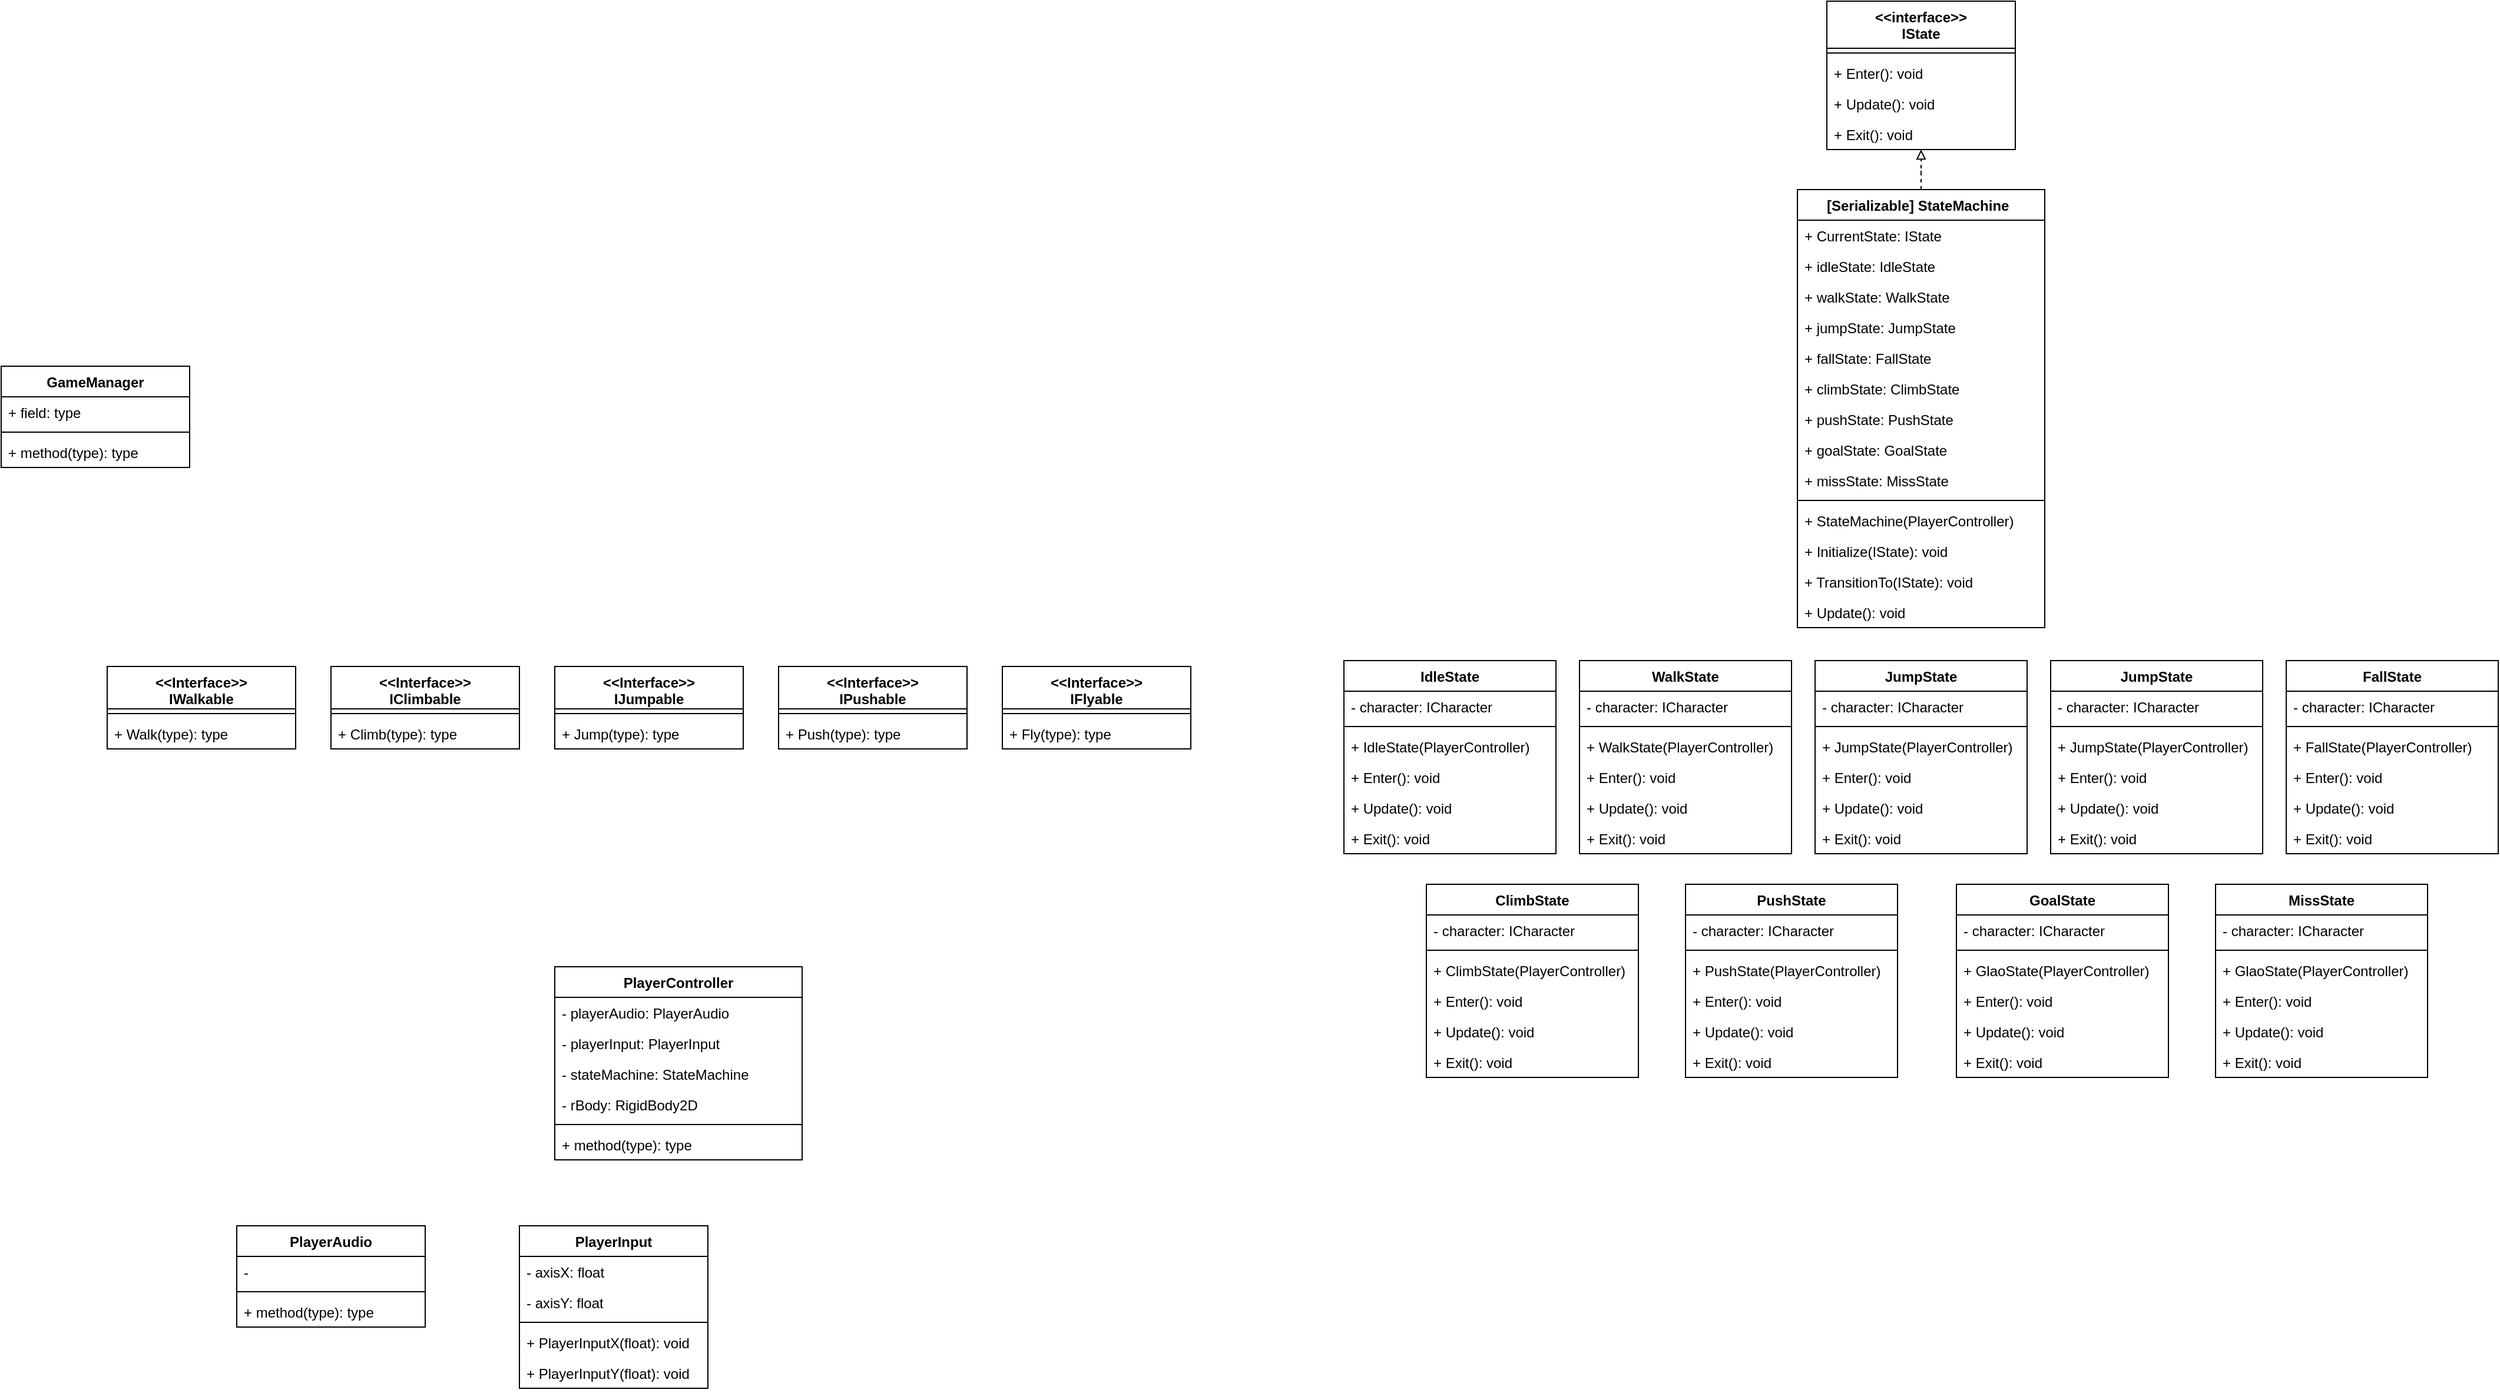
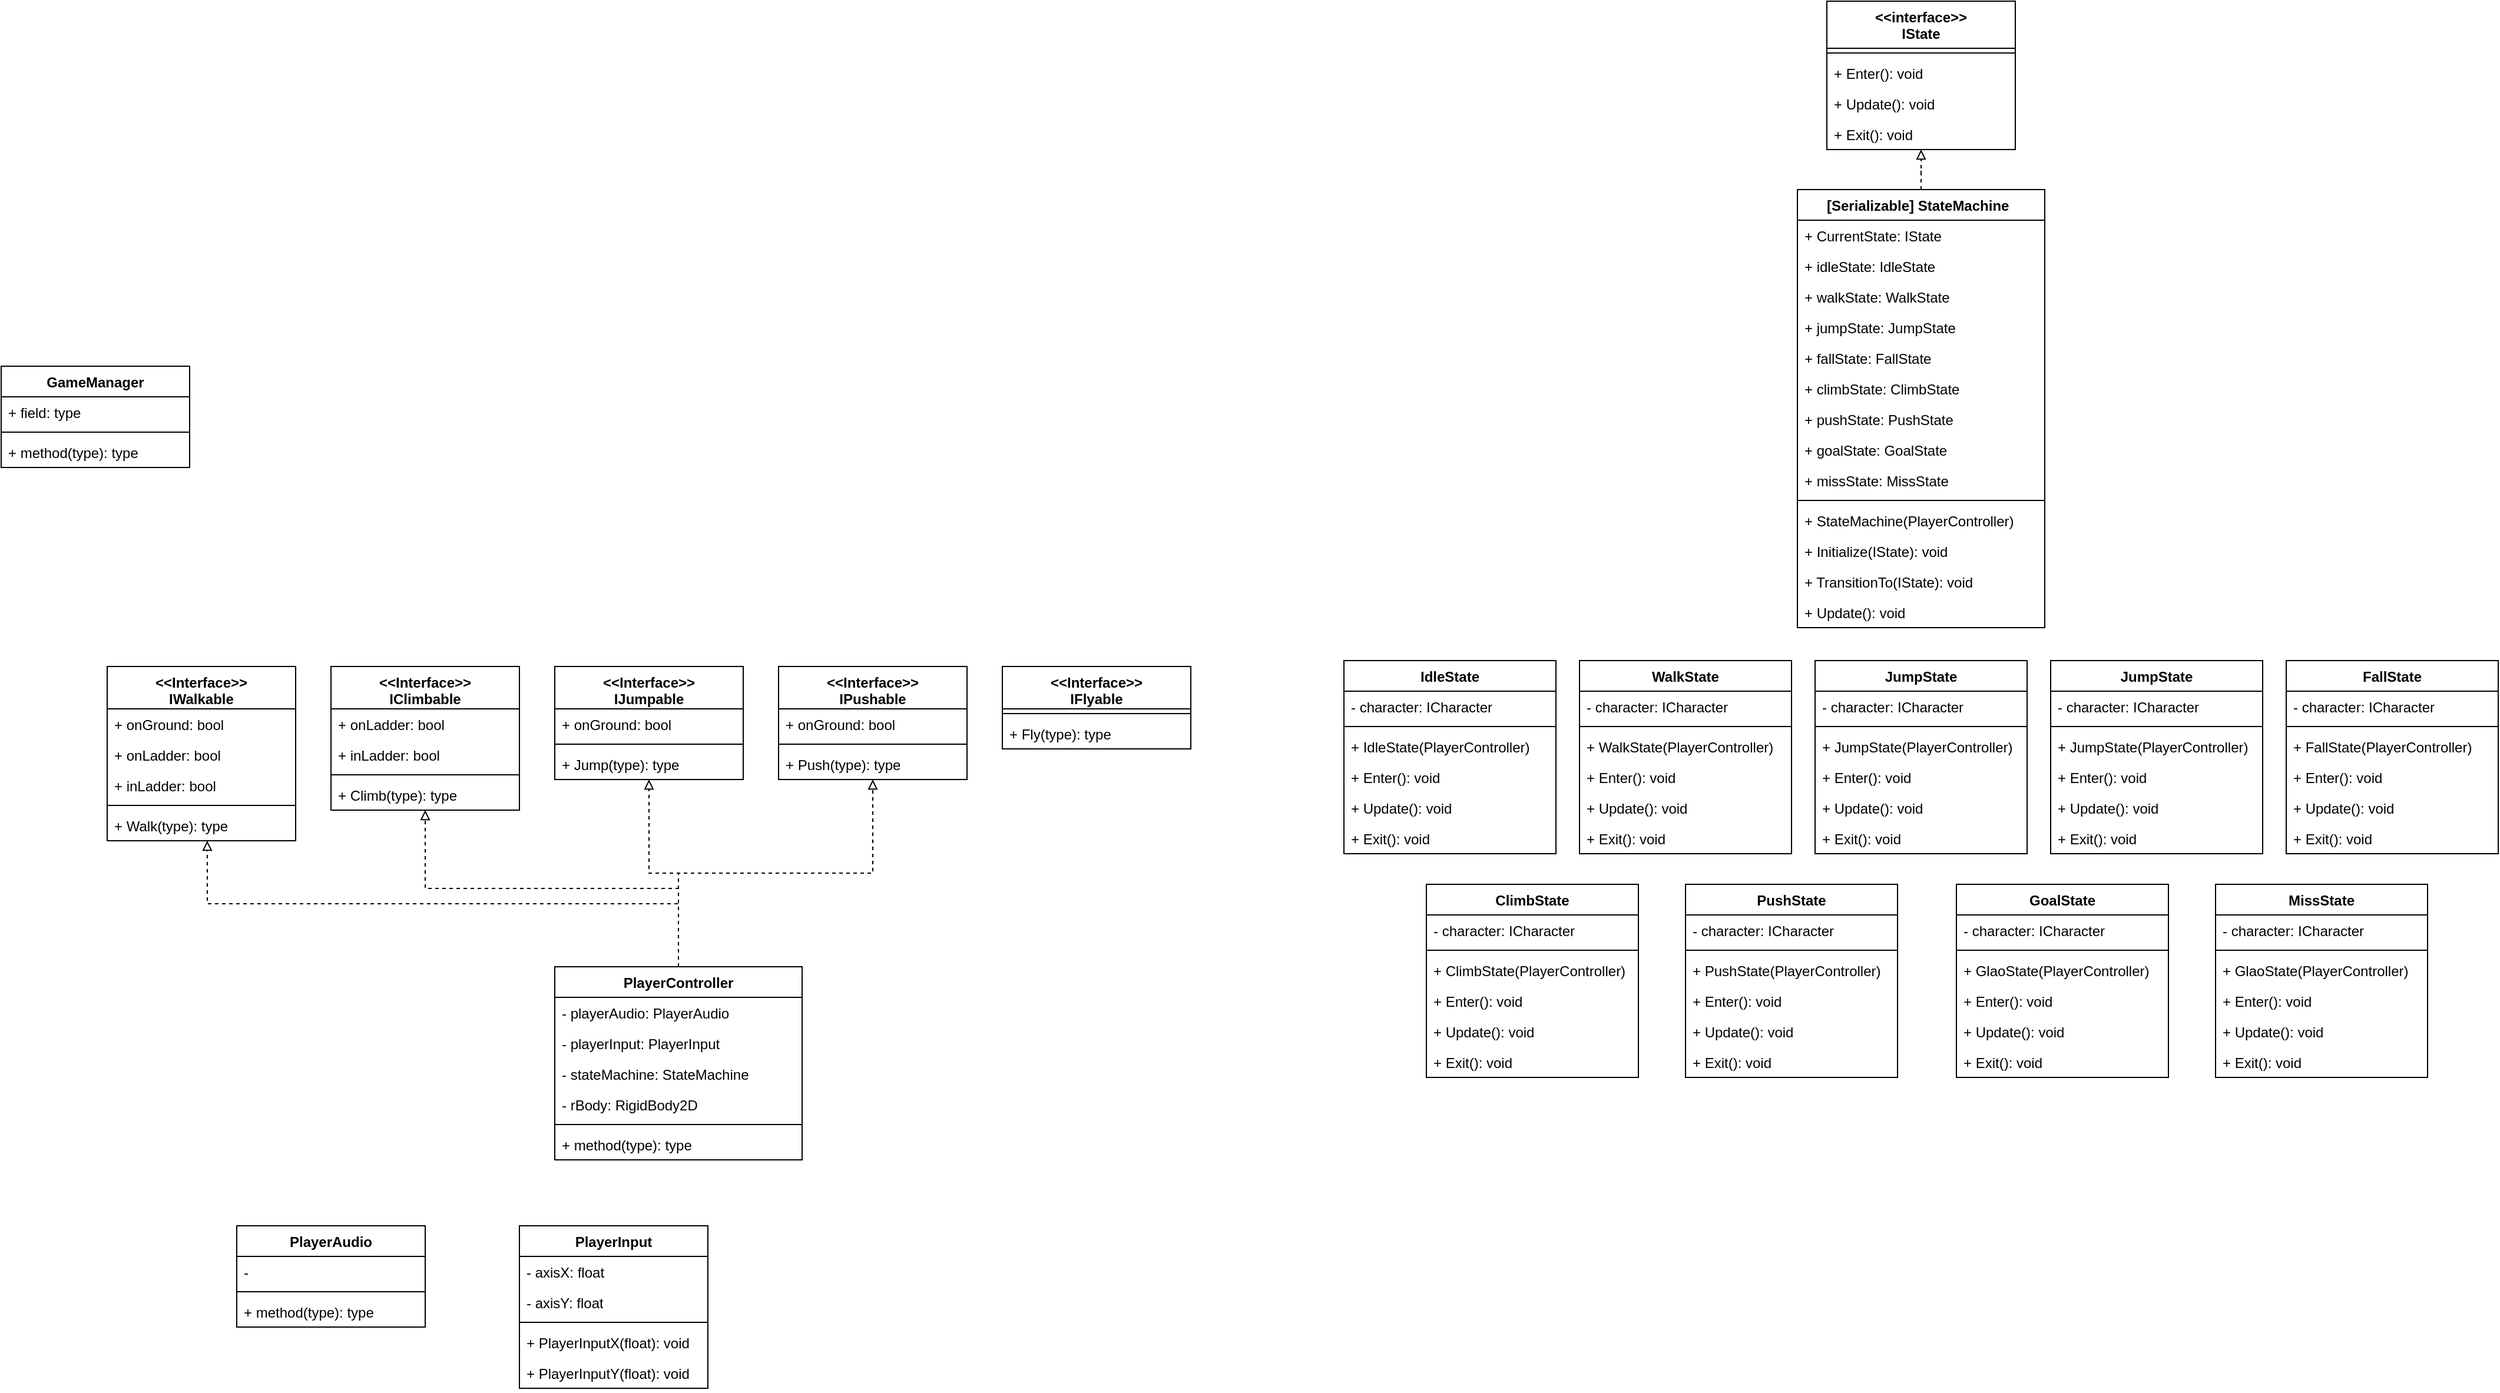
<mxfile host="app.diagrams.net" agent="Mozilla/5.0 (Windows NT 10.0; Win64; x64) AppleWebKit/537.36 (KHTML, like Gecko) Chrome/146.0.0.0 Safari/537.36">
  <diagram name="ページ-1" id="8KCFoVMX2dtQ3ng9Srak">
-     <mxGraphModel dx="3457" dy="848" grid="1" gridSize="10" guides="1" tooltips="1" connect="1" arrows="1" fold="1" page="0" pageScale="1" pageWidth="850" pageHeight="1100" background="none" math="0" shadow="0">
+     <mxGraphModel dx="4134" dy="1103" grid="1" gridSize="10" guides="1" tooltips="1" connect="1" arrows="1" fold="1" page="0" pageScale="1" pageWidth="850" pageHeight="1100" background="none" math="0" shadow="0">
      <root>
        <mxCell id="0" />
        <mxCell id="1" parent="0" />
        <mxCell id="L5NkyoWU7cnRC-8idZzs-9" parent="1" style="swimlane;fontStyle=1;align=center;verticalAlign=top;childLayout=stackLayout;horizontal=1;startSize=26;horizontalStack=0;resizeParent=1;resizeParentMax=0;resizeLast=0;collapsible=1;marginBottom=0;whiteSpace=wrap;html=1;" value="GameManager" vertex="1">
          <mxGeometry height="86" width="160" x="-820" y="380" as="geometry" />
        </mxCell>
        <mxCell id="L5NkyoWU7cnRC-8idZzs-10" parent="L5NkyoWU7cnRC-8idZzs-9" style="text;strokeColor=none;fillColor=none;align=left;verticalAlign=top;spacingLeft=4;spacingRight=4;overflow=hidden;rotatable=0;points=[[0,0.5],[1,0.5]];portConstraint=eastwest;whiteSpace=wrap;html=1;" value="+ field: type" vertex="1">
          <mxGeometry height="26" width="160" y="26" as="geometry" />
        </mxCell>
        <mxCell id="L5NkyoWU7cnRC-8idZzs-11" parent="L5NkyoWU7cnRC-8idZzs-9" style="line;strokeWidth=1;fillColor=none;align=left;verticalAlign=middle;spacingTop=-1;spacingLeft=3;spacingRight=3;rotatable=0;labelPosition=right;points=[];portConstraint=eastwest;strokeColor=inherit;" value="" vertex="1">
          <mxGeometry height="8" width="160" y="52" as="geometry" />
        </mxCell>
        <mxCell id="L5NkyoWU7cnRC-8idZzs-12" parent="L5NkyoWU7cnRC-8idZzs-9" style="text;strokeColor=none;fillColor=none;align=left;verticalAlign=top;spacingLeft=4;spacingRight=4;overflow=hidden;rotatable=0;points=[[0,0.5],[1,0.5]];portConstraint=eastwest;whiteSpace=wrap;html=1;" value="+ method(type): type" vertex="1">
          <mxGeometry height="26" width="160" y="60" as="geometry" />
        </mxCell>
        <mxCell id="L5NkyoWU7cnRC-8idZzs-13" parent="1" style="swimlane;fontStyle=1;align=center;verticalAlign=top;childLayout=stackLayout;horizontal=1;startSize=26;horizontalStack=0;resizeParent=1;resizeParentMax=0;resizeLast=0;collapsible=1;marginBottom=0;whiteSpace=wrap;html=1;" value="PlayerController" vertex="1">
          <mxGeometry height="164" width="210" x="-350" y="890" as="geometry" />
        </mxCell>
        <mxCell id="xKRVpc-qtdXalkFRgjZN-2" parent="L5NkyoWU7cnRC-8idZzs-13" style="text;strokeColor=none;fillColor=none;align=left;verticalAlign=top;spacingLeft=4;spacingRight=4;overflow=hidden;rotatable=0;points=[[0,0.5],[1,0.5]];portConstraint=eastwest;whiteSpace=wrap;html=1;" value="- playerAudio: PlayerAudio" vertex="1">
          <mxGeometry height="26" width="210" y="26" as="geometry" />
        </mxCell>
        <mxCell id="kJf02BDbkIntqV-PaVr9-1" parent="L5NkyoWU7cnRC-8idZzs-13" style="text;strokeColor=none;fillColor=none;align=left;verticalAlign=top;spacingLeft=4;spacingRight=4;overflow=hidden;rotatable=0;points=[[0,0.5],[1,0.5]];portConstraint=eastwest;whiteSpace=wrap;html=1;" value="- playerInput: PlayerInput" vertex="1">
          <mxGeometry height="26" width="210" y="52" as="geometry" />
        </mxCell>
        <mxCell id="xKRVpc-qtdXalkFRgjZN-3" parent="L5NkyoWU7cnRC-8idZzs-13" style="text;strokeColor=none;fillColor=none;align=left;verticalAlign=top;spacingLeft=4;spacingRight=4;overflow=hidden;rotatable=0;points=[[0,0.5],[1,0.5]];portConstraint=eastwest;whiteSpace=wrap;html=1;" value="- stateMachine: StateMachine" vertex="1">
          <mxGeometry height="26" width="210" y="78" as="geometry" />
        </mxCell>
        <mxCell id="kJf02BDbkIntqV-PaVr9-2" parent="L5NkyoWU7cnRC-8idZzs-13" style="text;strokeColor=none;fillColor=none;align=left;verticalAlign=top;spacingLeft=4;spacingRight=4;overflow=hidden;rotatable=0;points=[[0,0.5],[1,0.5]];portConstraint=eastwest;whiteSpace=wrap;html=1;" value="- rBody: RigidBody2D" vertex="1">
          <mxGeometry height="26" width="210" y="104" as="geometry" />
        </mxCell>
        <mxCell id="L5NkyoWU7cnRC-8idZzs-15" parent="L5NkyoWU7cnRC-8idZzs-13" style="line;strokeWidth=1;fillColor=none;align=left;verticalAlign=middle;spacingTop=-1;spacingLeft=3;spacingRight=3;rotatable=0;labelPosition=right;points=[];portConstraint=eastwest;strokeColor=inherit;" value="" vertex="1">
          <mxGeometry height="8" width="210" y="130" as="geometry" />
        </mxCell>
        <mxCell id="L5NkyoWU7cnRC-8idZzs-16" parent="L5NkyoWU7cnRC-8idZzs-13" style="text;strokeColor=none;fillColor=none;align=left;verticalAlign=top;spacingLeft=4;spacingRight=4;overflow=hidden;rotatable=0;points=[[0,0.5],[1,0.5]];portConstraint=eastwest;whiteSpace=wrap;html=1;" value="+ method(type): type" vertex="1">
          <mxGeometry height="26" width="210" y="138" as="geometry" />
        </mxCell>
        <mxCell id="L5NkyoWU7cnRC-8idZzs-17" parent="1" style="swimlane;fontStyle=1;align=center;verticalAlign=top;childLayout=stackLayout;horizontal=1;startSize=26;horizontalStack=0;resizeParent=1;resizeParentMax=0;resizeLast=0;collapsible=1;marginBottom=0;whiteSpace=wrap;html=1;" value="PlayerAudio" vertex="1">
          <mxGeometry height="86" width="160" x="-620" y="1110" as="geometry" />
        </mxCell>
        <mxCell id="L5NkyoWU7cnRC-8idZzs-18" parent="L5NkyoWU7cnRC-8idZzs-17" style="text;strokeColor=none;fillColor=none;align=left;verticalAlign=top;spacingLeft=4;spacingRight=4;overflow=hidden;rotatable=0;points=[[0,0.5],[1,0.5]];portConstraint=eastwest;whiteSpace=wrap;html=1;" value="-" vertex="1">
          <mxGeometry height="26" width="160" y="26" as="geometry" />
        </mxCell>
        <mxCell id="L5NkyoWU7cnRC-8idZzs-19" parent="L5NkyoWU7cnRC-8idZzs-17" style="line;strokeWidth=1;fillColor=none;align=left;verticalAlign=middle;spacingTop=-1;spacingLeft=3;spacingRight=3;rotatable=0;labelPosition=right;points=[];portConstraint=eastwest;strokeColor=inherit;" value="" vertex="1">
          <mxGeometry height="8" width="160" y="52" as="geometry" />
        </mxCell>
        <mxCell id="L5NkyoWU7cnRC-8idZzs-20" parent="L5NkyoWU7cnRC-8idZzs-17" style="text;strokeColor=none;fillColor=none;align=left;verticalAlign=top;spacingLeft=4;spacingRight=4;overflow=hidden;rotatable=0;points=[[0,0.5],[1,0.5]];portConstraint=eastwest;whiteSpace=wrap;html=1;" value="+ method(type): type" vertex="1">
          <mxGeometry height="26" width="160" y="60" as="geometry" />
        </mxCell>
        <mxCell id="L5NkyoWU7cnRC-8idZzs-21" parent="1" style="swimlane;fontStyle=1;align=center;verticalAlign=top;childLayout=stackLayout;horizontal=1;startSize=26;horizontalStack=0;resizeParent=1;resizeParentMax=0;resizeLast=0;collapsible=1;marginBottom=0;whiteSpace=wrap;html=1;" value="PlayerInput" vertex="1">
          <mxGeometry height="138" width="160" x="-380" y="1110" as="geometry" />
        </mxCell>
        <mxCell id="L5NkyoWU7cnRC-8idZzs-22" parent="L5NkyoWU7cnRC-8idZzs-21" style="text;strokeColor=none;fillColor=none;align=left;verticalAlign=top;spacingLeft=4;spacingRight=4;overflow=hidden;rotatable=0;points=[[0,0.5],[1,0.5]];portConstraint=eastwest;whiteSpace=wrap;html=1;" value="- axisX: float" vertex="1">
          <mxGeometry height="26" width="160" y="26" as="geometry" />
        </mxCell>
        <mxCell id="pt3lwnELBwHd_nTeb_py-6" parent="L5NkyoWU7cnRC-8idZzs-21" style="text;strokeColor=none;fillColor=none;align=left;verticalAlign=top;spacingLeft=4;spacingRight=4;overflow=hidden;rotatable=0;points=[[0,0.5],[1,0.5]];portConstraint=eastwest;whiteSpace=wrap;html=1;" value="- axisY: float" vertex="1">
          <mxGeometry height="26" width="160" y="52" as="geometry" />
        </mxCell>
        <mxCell id="L5NkyoWU7cnRC-8idZzs-23" parent="L5NkyoWU7cnRC-8idZzs-21" style="line;strokeWidth=1;fillColor=none;align=left;verticalAlign=middle;spacingTop=-1;spacingLeft=3;spacingRight=3;rotatable=0;labelPosition=right;points=[];portConstraint=eastwest;strokeColor=inherit;" value="" vertex="1">
          <mxGeometry height="8" width="160" y="78" as="geometry" />
        </mxCell>
        <mxCell id="L5NkyoWU7cnRC-8idZzs-24" parent="L5NkyoWU7cnRC-8idZzs-21" style="text;strokeColor=none;fillColor=none;align=left;verticalAlign=top;spacingLeft=4;spacingRight=4;overflow=hidden;rotatable=0;points=[[0,0.5],[1,0.5]];portConstraint=eastwest;whiteSpace=wrap;html=1;" value="+ PlayerInputX(float): void" vertex="1">
          <mxGeometry height="26" width="160" y="86" as="geometry" />
        </mxCell>
        <mxCell id="pt3lwnELBwHd_nTeb_py-7" parent="L5NkyoWU7cnRC-8idZzs-21" style="text;strokeColor=none;fillColor=none;align=left;verticalAlign=top;spacingLeft=4;spacingRight=4;overflow=hidden;rotatable=0;points=[[0,0.5],[1,0.5]];portConstraint=eastwest;whiteSpace=wrap;html=1;" value="+ PlayerInputY(float): void" vertex="1">
          <mxGeometry height="26" width="160" y="112" as="geometry" />
        </mxCell>
        <mxCell id="L5NkyoWU7cnRC-8idZzs-25" parent="1" style="swimlane;fontStyle=1;align=center;verticalAlign=top;childLayout=stackLayout;horizontal=1;startSize=26;horizontalStack=0;resizeParent=1;resizeParentMax=0;resizeLast=0;collapsible=1;marginBottom=0;whiteSpace=wrap;html=1;" value="IdleState" vertex="1">
          <mxGeometry height="164" width="180" x="320" y="630" as="geometry">
            <mxRectangle height="30" width="90" x="412.5" y="163" as="alternateBounds" />
          </mxGeometry>
        </mxCell>
        <mxCell id="kJf02BDbkIntqV-PaVr9-10" parent="L5NkyoWU7cnRC-8idZzs-25" style="text;strokeColor=none;fillColor=none;align=left;verticalAlign=top;spacingLeft=4;spacingRight=4;overflow=hidden;rotatable=0;points=[[0,0.5],[1,0.5]];portConstraint=eastwest;whiteSpace=wrap;html=1;" value="- character: ICharacter" vertex="1">
          <mxGeometry height="26" width="180" y="26" as="geometry" />
        </mxCell>
        <mxCell id="L5NkyoWU7cnRC-8idZzs-27" parent="L5NkyoWU7cnRC-8idZzs-25" style="line;strokeWidth=1;fillColor=none;align=left;verticalAlign=middle;spacingTop=-1;spacingLeft=3;spacingRight=3;rotatable=0;labelPosition=right;points=[];portConstraint=eastwest;strokeColor=inherit;" value="" vertex="1">
          <mxGeometry height="8" width="180" y="52" as="geometry" />
        </mxCell>
        <mxCell id="L5NkyoWU7cnRC-8idZzs-28" parent="L5NkyoWU7cnRC-8idZzs-25" style="text;strokeColor=none;fillColor=none;align=left;verticalAlign=top;spacingLeft=4;spacingRight=4;overflow=hidden;rotatable=0;points=[[0,0.5],[1,0.5]];portConstraint=eastwest;whiteSpace=wrap;html=1;" value="+ IdleState(PlayerController)" vertex="1">
          <mxGeometry height="26" width="180" y="60" as="geometry" />
        </mxCell>
        <mxCell id="98nA65LA6JHXpVdgSX9z-4" parent="L5NkyoWU7cnRC-8idZzs-25" style="text;strokeColor=none;fillColor=none;align=left;verticalAlign=top;spacingLeft=4;spacingRight=4;overflow=hidden;rotatable=0;points=[[0,0.5],[1,0.5]];portConstraint=eastwest;whiteSpace=wrap;html=1;" value="+ Enter(): void" vertex="1">
          <mxGeometry height="26" width="180" y="86" as="geometry" />
        </mxCell>
        <mxCell id="98nA65LA6JHXpVdgSX9z-5" parent="L5NkyoWU7cnRC-8idZzs-25" style="text;strokeColor=none;fillColor=none;align=left;verticalAlign=top;spacingLeft=4;spacingRight=4;overflow=hidden;rotatable=0;points=[[0,0.5],[1,0.5]];portConstraint=eastwest;whiteSpace=wrap;html=1;" value="+ Update(): void" vertex="1">
          <mxGeometry height="26" width="180" y="112" as="geometry" />
        </mxCell>
        <mxCell id="98nA65LA6JHXpVdgSX9z-6" parent="L5NkyoWU7cnRC-8idZzs-25" style="text;strokeColor=none;fillColor=none;align=left;verticalAlign=top;spacingLeft=4;spacingRight=4;overflow=hidden;rotatable=0;points=[[0,0.5],[1,0.5]];portConstraint=eastwest;whiteSpace=wrap;html=1;" value="+ Exit(): void" vertex="1">
          <mxGeometry height="26" width="180" y="138" as="geometry" />
        </mxCell>
        <mxCell id="cJyFu2CfWWR6ttzxGQYN-1" parent="1" style="swimlane;fontStyle=1;align=center;verticalAlign=top;childLayout=stackLayout;horizontal=1;startSize=40;horizontalStack=0;resizeParent=1;resizeParentMax=0;resizeLast=0;collapsible=1;marginBottom=0;whiteSpace=wrap;html=1;" value="&lt;div&gt;&amp;lt;&amp;lt;interface&amp;gt;&amp;gt;&lt;/div&gt;IState" vertex="1">
          <mxGeometry height="126" width="160" x="730" y="70" as="geometry" />
        </mxCell>
        <mxCell id="cJyFu2CfWWR6ttzxGQYN-3" parent="cJyFu2CfWWR6ttzxGQYN-1" style="line;strokeWidth=1;fillColor=none;align=left;verticalAlign=middle;spacingTop=-1;spacingLeft=3;spacingRight=3;rotatable=0;labelPosition=right;points=[];portConstraint=eastwest;strokeColor=inherit;" value="" vertex="1">
          <mxGeometry height="8" width="160" y="40" as="geometry" />
        </mxCell>
        <mxCell id="cJyFu2CfWWR6ttzxGQYN-4" parent="cJyFu2CfWWR6ttzxGQYN-1" style="text;strokeColor=none;fillColor=none;align=left;verticalAlign=top;spacingLeft=4;spacingRight=4;overflow=hidden;rotatable=0;points=[[0,0.5],[1,0.5]];portConstraint=eastwest;whiteSpace=wrap;html=1;" value="+ Enter(): void" vertex="1">
          <mxGeometry height="26" width="160" y="48" as="geometry" />
        </mxCell>
        <mxCell id="cJyFu2CfWWR6ttzxGQYN-6" parent="cJyFu2CfWWR6ttzxGQYN-1" style="text;strokeColor=none;fillColor=none;align=left;verticalAlign=top;spacingLeft=4;spacingRight=4;overflow=hidden;rotatable=0;points=[[0,0.5],[1,0.5]];portConstraint=eastwest;whiteSpace=wrap;html=1;" value="+ Update(): void" vertex="1">
          <mxGeometry height="26" width="160" y="74" as="geometry" />
        </mxCell>
        <mxCell id="cJyFu2CfWWR6ttzxGQYN-7" parent="cJyFu2CfWWR6ttzxGQYN-1" style="text;strokeColor=none;fillColor=none;align=left;verticalAlign=top;spacingLeft=4;spacingRight=4;overflow=hidden;rotatable=0;points=[[0,0.5],[1,0.5]];portConstraint=eastwest;whiteSpace=wrap;html=1;" value="+ Exit(): void" vertex="1">
          <mxGeometry height="26" width="160" y="100" as="geometry" />
        </mxCell>
        <mxCell id="-p3VDnziHRDrweU1n-GJ-31" edge="1" parent="1" source="cJyFu2CfWWR6ttzxGQYN-8" style="edgeStyle=orthogonalEdgeStyle;rounded=0;orthogonalLoop=1;jettySize=auto;html=1;exitX=0.5;exitY=0;exitDx=0;exitDy=0;endArrow=block;endFill=0;dashed=1;" target="cJyFu2CfWWR6ttzxGQYN-1">
          <mxGeometry relative="1" as="geometry" />
        </mxCell>
        <mxCell id="cJyFu2CfWWR6ttzxGQYN-8" parent="1" style="swimlane;fontStyle=1;align=center;verticalAlign=top;childLayout=stackLayout;horizontal=1;startSize=26;horizontalStack=0;resizeParent=1;resizeParentMax=0;resizeLast=0;collapsible=1;marginBottom=0;whiteSpace=wrap;html=1;" value="[Serializable] StateMachine&lt;span style=&quot;white-space: pre;&quot;&gt;&#x9;&lt;/span&gt;" vertex="1">
          <mxGeometry height="372" width="210" x="705" y="230" as="geometry" />
        </mxCell>
        <mxCell id="cJyFu2CfWWR6ttzxGQYN-9" parent="cJyFu2CfWWR6ttzxGQYN-8" style="text;strokeColor=none;fillColor=none;align=left;verticalAlign=top;spacingLeft=4;spacingRight=4;overflow=hidden;rotatable=0;points=[[0,0.5],[1,0.5]];portConstraint=eastwest;whiteSpace=wrap;html=1;" value="+&amp;nbsp;CurrentState: IState" vertex="1">
          <mxGeometry height="26" width="210" y="26" as="geometry" />
        </mxCell>
        <mxCell id="98nA65LA6JHXpVdgSX9z-2" parent="cJyFu2CfWWR6ttzxGQYN-8" style="text;strokeColor=none;fillColor=none;align=left;verticalAlign=top;spacingLeft=4;spacingRight=4;overflow=hidden;rotatable=0;points=[[0,0.5],[1,0.5]];portConstraint=eastwest;whiteSpace=wrap;html=1;" value="+ idleState: IdleState" vertex="1">
          <mxGeometry height="26" width="210" y="52" as="geometry" />
        </mxCell>
        <mxCell id="cJyFu2CfWWR6ttzxGQYN-10" parent="cJyFu2CfWWR6ttzxGQYN-8" style="text;strokeColor=none;fillColor=none;align=left;verticalAlign=top;spacingLeft=4;spacingRight=4;overflow=hidden;rotatable=0;points=[[0,0.5],[1,0.5]];portConstraint=eastwest;whiteSpace=wrap;html=1;" value="+ walkState: WalkState" vertex="1">
          <mxGeometry height="26" width="210" y="78" as="geometry" />
        </mxCell>
        <mxCell id="kJf02BDbkIntqV-PaVr9-5" parent="cJyFu2CfWWR6ttzxGQYN-8" style="text;strokeColor=none;fillColor=none;align=left;verticalAlign=top;spacingLeft=4;spacingRight=4;overflow=hidden;rotatable=0;points=[[0,0.5],[1,0.5]];portConstraint=eastwest;whiteSpace=wrap;html=1;" value="+ jumpState: JumpState" vertex="1">
          <mxGeometry height="26" width="210" y="104" as="geometry" />
        </mxCell>
        <mxCell id="kJf02BDbkIntqV-PaVr9-6" parent="cJyFu2CfWWR6ttzxGQYN-8" style="text;strokeColor=none;fillColor=none;align=left;verticalAlign=top;spacingLeft=4;spacingRight=4;overflow=hidden;rotatable=0;points=[[0,0.5],[1,0.5]];portConstraint=eastwest;whiteSpace=wrap;html=1;" value="+ fallState: FallState" vertex="1">
          <mxGeometry height="26" width="210" y="130" as="geometry" />
        </mxCell>
        <mxCell id="98nA65LA6JHXpVdgSX9z-22" parent="cJyFu2CfWWR6ttzxGQYN-8" style="text;strokeColor=none;fillColor=none;align=left;verticalAlign=top;spacingLeft=4;spacingRight=4;overflow=hidden;rotatable=0;points=[[0,0.5],[1,0.5]];portConstraint=eastwest;whiteSpace=wrap;html=1;" value="+ climbState: ClimbState" vertex="1">
          <mxGeometry height="26" width="210" y="156" as="geometry" />
        </mxCell>
        <mxCell id="kJf02BDbkIntqV-PaVr9-3" parent="cJyFu2CfWWR6ttzxGQYN-8" style="text;strokeColor=none;fillColor=none;align=left;verticalAlign=top;spacingLeft=4;spacingRight=4;overflow=hidden;rotatable=0;points=[[0,0.5],[1,0.5]];portConstraint=eastwest;whiteSpace=wrap;html=1;" value="+ pushState: PushState" vertex="1">
          <mxGeometry height="26" width="210" y="182" as="geometry" />
        </mxCell>
        <mxCell id="cJyFu2CfWWR6ttzxGQYN-13" parent="cJyFu2CfWWR6ttzxGQYN-8" style="text;strokeColor=none;fillColor=none;align=left;verticalAlign=top;spacingLeft=4;spacingRight=4;overflow=hidden;rotatable=0;points=[[0,0.5],[1,0.5]];portConstraint=eastwest;whiteSpace=wrap;html=1;" value="+ goalState: GoalState" vertex="1">
          <mxGeometry height="26" width="210" y="208" as="geometry" />
        </mxCell>
        <mxCell id="kJf02BDbkIntqV-PaVr9-4" parent="cJyFu2CfWWR6ttzxGQYN-8" style="text;strokeColor=none;fillColor=none;align=left;verticalAlign=top;spacingLeft=4;spacingRight=4;overflow=hidden;rotatable=0;points=[[0,0.5],[1,0.5]];portConstraint=eastwest;whiteSpace=wrap;html=1;" value="+ missState: MissState" vertex="1">
          <mxGeometry height="26" width="210" y="234" as="geometry" />
        </mxCell>
        <mxCell id="cJyFu2CfWWR6ttzxGQYN-11" parent="cJyFu2CfWWR6ttzxGQYN-8" style="line;strokeWidth=1;fillColor=none;align=left;verticalAlign=middle;spacingTop=-1;spacingLeft=3;spacingRight=3;rotatable=0;labelPosition=right;points=[];portConstraint=eastwest;strokeColor=inherit;" value="" vertex="1">
          <mxGeometry height="8" width="210" y="260" as="geometry" />
        </mxCell>
        <mxCell id="cJyFu2CfWWR6ttzxGQYN-12" parent="cJyFu2CfWWR6ttzxGQYN-8" style="text;strokeColor=none;fillColor=none;align=left;verticalAlign=top;spacingLeft=4;spacingRight=4;overflow=hidden;rotatable=0;points=[[0,0.5],[1,0.5]];portConstraint=eastwest;whiteSpace=wrap;html=1;" value="+ StateMachine(PlayerController)" vertex="1">
          <mxGeometry height="26" width="210" y="268" as="geometry" />
        </mxCell>
        <mxCell id="cJyFu2CfWWR6ttzxGQYN-18" parent="cJyFu2CfWWR6ttzxGQYN-8" style="text;strokeColor=none;fillColor=none;align=left;verticalAlign=top;spacingLeft=4;spacingRight=4;overflow=hidden;rotatable=0;points=[[0,0.5],[1,0.5]];portConstraint=eastwest;whiteSpace=wrap;html=1;" value="+ Initialize(IState): void" vertex="1">
          <mxGeometry height="26" width="210" y="294" as="geometry" />
        </mxCell>
        <mxCell id="cJyFu2CfWWR6ttzxGQYN-14" parent="cJyFu2CfWWR6ttzxGQYN-8" style="text;strokeColor=none;fillColor=none;align=left;verticalAlign=top;spacingLeft=4;spacingRight=4;overflow=hidden;rotatable=0;points=[[0,0.5],[1,0.5]];portConstraint=eastwest;whiteSpace=wrap;html=1;" value="+ TransitionTo(IState): void" vertex="1">
          <mxGeometry height="26" width="210" y="320" as="geometry" />
        </mxCell>
        <mxCell id="cJyFu2CfWWR6ttzxGQYN-15" parent="cJyFu2CfWWR6ttzxGQYN-8" style="text;strokeColor=none;fillColor=none;align=left;verticalAlign=top;spacingLeft=4;spacingRight=4;overflow=hidden;rotatable=0;points=[[0,0.5],[1,0.5]];portConstraint=eastwest;whiteSpace=wrap;html=1;" value="+ Update(): void" vertex="1">
          <mxGeometry height="26" width="210" y="346" as="geometry" />
        </mxCell>
        <mxCell id="98nA65LA6JHXpVdgSX9z-7" parent="1" style="swimlane;fontStyle=1;align=center;verticalAlign=top;childLayout=stackLayout;horizontal=1;startSize=26;horizontalStack=0;resizeParent=1;resizeParentMax=0;resizeLast=0;collapsible=1;marginBottom=0;whiteSpace=wrap;html=1;" value="WalkState" vertex="1">
          <mxGeometry height="164" width="180" x="520" y="630" as="geometry">
            <mxRectangle height="30" width="90" x="412.5" y="163" as="alternateBounds" />
          </mxGeometry>
        </mxCell>
        <mxCell id="kJf02BDbkIntqV-PaVr9-9" parent="98nA65LA6JHXpVdgSX9z-7" style="text;strokeColor=none;fillColor=none;align=left;verticalAlign=top;spacingLeft=4;spacingRight=4;overflow=hidden;rotatable=0;points=[[0,0.5],[1,0.5]];portConstraint=eastwest;whiteSpace=wrap;html=1;" value="- character: ICharacter" vertex="1">
          <mxGeometry height="26" width="180" y="26" as="geometry" />
        </mxCell>
        <mxCell id="98nA65LA6JHXpVdgSX9z-9" parent="98nA65LA6JHXpVdgSX9z-7" style="line;strokeWidth=1;fillColor=none;align=left;verticalAlign=middle;spacingTop=-1;spacingLeft=3;spacingRight=3;rotatable=0;labelPosition=right;points=[];portConstraint=eastwest;strokeColor=inherit;" value="" vertex="1">
          <mxGeometry height="8" width="180" y="52" as="geometry" />
        </mxCell>
        <mxCell id="98nA65LA6JHXpVdgSX9z-10" parent="98nA65LA6JHXpVdgSX9z-7" style="text;strokeColor=none;fillColor=none;align=left;verticalAlign=top;spacingLeft=4;spacingRight=4;overflow=hidden;rotatable=0;points=[[0,0.5],[1,0.5]];portConstraint=eastwest;whiteSpace=wrap;html=1;" value="+ WalkState(PlayerController)" vertex="1">
          <mxGeometry height="26" width="180" y="60" as="geometry" />
        </mxCell>
        <mxCell id="98nA65LA6JHXpVdgSX9z-11" parent="98nA65LA6JHXpVdgSX9z-7" style="text;strokeColor=none;fillColor=none;align=left;verticalAlign=top;spacingLeft=4;spacingRight=4;overflow=hidden;rotatable=0;points=[[0,0.5],[1,0.5]];portConstraint=eastwest;whiteSpace=wrap;html=1;" value="+ Enter(): void" vertex="1">
          <mxGeometry height="26" width="180" y="86" as="geometry" />
        </mxCell>
        <mxCell id="98nA65LA6JHXpVdgSX9z-12" parent="98nA65LA6JHXpVdgSX9z-7" style="text;strokeColor=none;fillColor=none;align=left;verticalAlign=top;spacingLeft=4;spacingRight=4;overflow=hidden;rotatable=0;points=[[0,0.5],[1,0.5]];portConstraint=eastwest;whiteSpace=wrap;html=1;" value="+ Update(): void" vertex="1">
          <mxGeometry height="26" width="180" y="112" as="geometry" />
        </mxCell>
        <mxCell id="98nA65LA6JHXpVdgSX9z-13" parent="98nA65LA6JHXpVdgSX9z-7" style="text;strokeColor=none;fillColor=none;align=left;verticalAlign=top;spacingLeft=4;spacingRight=4;overflow=hidden;rotatable=0;points=[[0,0.5],[1,0.5]];portConstraint=eastwest;whiteSpace=wrap;html=1;" value="+ Exit(): void" vertex="1">
          <mxGeometry height="26" width="180" y="138" as="geometry" />
        </mxCell>
        <mxCell id="98nA65LA6JHXpVdgSX9z-14" parent="1" style="swimlane;fontStyle=1;align=center;verticalAlign=top;childLayout=stackLayout;horizontal=1;startSize=26;horizontalStack=0;resizeParent=1;resizeParentMax=0;resizeLast=0;collapsible=1;marginBottom=0;whiteSpace=wrap;html=1;" value="ClimbState" vertex="1">
          <mxGeometry height="164" width="180" x="390" y="820" as="geometry">
            <mxRectangle height="30" width="90" x="-60" y="190" as="alternateBounds" />
          </mxGeometry>
        </mxCell>
        <mxCell id="kJf02BDbkIntqV-PaVr9-8" parent="98nA65LA6JHXpVdgSX9z-14" style="text;strokeColor=none;fillColor=none;align=left;verticalAlign=top;spacingLeft=4;spacingRight=4;overflow=hidden;rotatable=0;points=[[0,0.5],[1,0.5]];portConstraint=eastwest;whiteSpace=wrap;html=1;" value="- character: ICharacter" vertex="1">
          <mxGeometry height="26" width="180" y="26" as="geometry" />
        </mxCell>
        <mxCell id="98nA65LA6JHXpVdgSX9z-16" parent="98nA65LA6JHXpVdgSX9z-14" style="line;strokeWidth=1;fillColor=none;align=left;verticalAlign=middle;spacingTop=-1;spacingLeft=3;spacingRight=3;rotatable=0;labelPosition=right;points=[];portConstraint=eastwest;strokeColor=inherit;" value="" vertex="1">
          <mxGeometry height="8" width="180" y="52" as="geometry" />
        </mxCell>
        <mxCell id="98nA65LA6JHXpVdgSX9z-17" parent="98nA65LA6JHXpVdgSX9z-14" style="text;strokeColor=none;fillColor=none;align=left;verticalAlign=top;spacingLeft=4;spacingRight=4;overflow=hidden;rotatable=0;points=[[0,0.5],[1,0.5]];portConstraint=eastwest;whiteSpace=wrap;html=1;" value="+ ClimbState(PlayerController)" vertex="1">
          <mxGeometry height="26" width="180" y="60" as="geometry" />
        </mxCell>
        <mxCell id="98nA65LA6JHXpVdgSX9z-18" parent="98nA65LA6JHXpVdgSX9z-14" style="text;strokeColor=none;fillColor=none;align=left;verticalAlign=top;spacingLeft=4;spacingRight=4;overflow=hidden;rotatable=0;points=[[0,0.5],[1,0.5]];portConstraint=eastwest;whiteSpace=wrap;html=1;" value="+ Enter(): void" vertex="1">
          <mxGeometry height="26" width="180" y="86" as="geometry" />
        </mxCell>
        <mxCell id="98nA65LA6JHXpVdgSX9z-19" parent="98nA65LA6JHXpVdgSX9z-14" style="text;strokeColor=none;fillColor=none;align=left;verticalAlign=top;spacingLeft=4;spacingRight=4;overflow=hidden;rotatable=0;points=[[0,0.5],[1,0.5]];portConstraint=eastwest;whiteSpace=wrap;html=1;" value="+ Update(): void" vertex="1">
          <mxGeometry height="26" width="180" y="112" as="geometry" />
        </mxCell>
        <mxCell id="98nA65LA6JHXpVdgSX9z-20" parent="98nA65LA6JHXpVdgSX9z-14" style="text;strokeColor=none;fillColor=none;align=left;verticalAlign=top;spacingLeft=4;spacingRight=4;overflow=hidden;rotatable=0;points=[[0,0.5],[1,0.5]];portConstraint=eastwest;whiteSpace=wrap;html=1;" value="+ Exit(): void" vertex="1">
          <mxGeometry height="26" width="180" y="138" as="geometry" />
        </mxCell>
        <mxCell id="98nA65LA6JHXpVdgSX9z-23" parent="1" style="swimlane;fontStyle=1;align=center;verticalAlign=top;childLayout=stackLayout;horizontal=1;startSize=26;horizontalStack=0;resizeParent=1;resizeParentMax=0;resizeLast=0;collapsible=1;marginBottom=0;whiteSpace=wrap;html=1;" value="JumpState" vertex="1">
          <mxGeometry height="164" width="180" x="720" y="630" as="geometry">
            <mxRectangle height="30" width="90" x="412.5" y="163" as="alternateBounds" />
          </mxGeometry>
        </mxCell>
        <mxCell id="kJf02BDbkIntqV-PaVr9-7" parent="98nA65LA6JHXpVdgSX9z-23" style="text;strokeColor=none;fillColor=none;align=left;verticalAlign=top;spacingLeft=4;spacingRight=4;overflow=hidden;rotatable=0;points=[[0,0.5],[1,0.5]];portConstraint=eastwest;whiteSpace=wrap;html=1;" value="- character: ICharacter" vertex="1">
          <mxGeometry height="26" width="180" y="26" as="geometry" />
        </mxCell>
        <mxCell id="98nA65LA6JHXpVdgSX9z-25" parent="98nA65LA6JHXpVdgSX9z-23" style="line;strokeWidth=1;fillColor=none;align=left;verticalAlign=middle;spacingTop=-1;spacingLeft=3;spacingRight=3;rotatable=0;labelPosition=right;points=[];portConstraint=eastwest;strokeColor=inherit;" value="" vertex="1">
          <mxGeometry height="8" width="180" y="52" as="geometry" />
        </mxCell>
        <mxCell id="98nA65LA6JHXpVdgSX9z-26" parent="98nA65LA6JHXpVdgSX9z-23" style="text;strokeColor=none;fillColor=none;align=left;verticalAlign=top;spacingLeft=4;spacingRight=4;overflow=hidden;rotatable=0;points=[[0,0.5],[1,0.5]];portConstraint=eastwest;whiteSpace=wrap;html=1;" value="+ JumpState(PlayerController)" vertex="1">
          <mxGeometry height="26" width="180" y="60" as="geometry" />
        </mxCell>
        <mxCell id="98nA65LA6JHXpVdgSX9z-27" parent="98nA65LA6JHXpVdgSX9z-23" style="text;strokeColor=none;fillColor=none;align=left;verticalAlign=top;spacingLeft=4;spacingRight=4;overflow=hidden;rotatable=0;points=[[0,0.5],[1,0.5]];portConstraint=eastwest;whiteSpace=wrap;html=1;" value="+ Enter(): void" vertex="1">
          <mxGeometry height="26" width="180" y="86" as="geometry" />
        </mxCell>
        <mxCell id="98nA65LA6JHXpVdgSX9z-28" parent="98nA65LA6JHXpVdgSX9z-23" style="text;strokeColor=none;fillColor=none;align=left;verticalAlign=top;spacingLeft=4;spacingRight=4;overflow=hidden;rotatable=0;points=[[0,0.5],[1,0.5]];portConstraint=eastwest;whiteSpace=wrap;html=1;" value="+ Update(): void" vertex="1">
          <mxGeometry height="26" width="180" y="112" as="geometry" />
        </mxCell>
        <mxCell id="98nA65LA6JHXpVdgSX9z-29" parent="98nA65LA6JHXpVdgSX9z-23" style="text;strokeColor=none;fillColor=none;align=left;verticalAlign=top;spacingLeft=4;spacingRight=4;overflow=hidden;rotatable=0;points=[[0,0.5],[1,0.5]];portConstraint=eastwest;whiteSpace=wrap;html=1;" value="+ Exit(): void" vertex="1">
          <mxGeometry height="26" width="180" y="138" as="geometry" />
        </mxCell>
        <mxCell id="-p3VDnziHRDrweU1n-GJ-17" parent="1" style="swimlane;fontStyle=1;align=center;verticalAlign=top;childLayout=stackLayout;horizontal=1;startSize=36;horizontalStack=0;resizeParent=1;resizeParentMax=0;resizeLast=0;collapsible=1;marginBottom=0;whiteSpace=wrap;html=1;" value="&amp;lt;&amp;lt;Interface&amp;gt;&amp;gt;&lt;div&gt;IWalkable&lt;/div&gt;" vertex="1">
-           <mxGeometry height="70" width="160" x="-730" y="635" as="geometry" />
+           <mxGeometry height="148" width="160" x="-730" y="635" as="geometry" />
+         </mxCell>
+         <mxCell id="uExNfSk_DLKdRobwG9vF-5" parent="-p3VDnziHRDrweU1n-GJ-17" style="text;strokeColor=none;fillColor=none;align=left;verticalAlign=top;spacingLeft=4;spacingRight=4;overflow=hidden;rotatable=0;points=[[0,0.5],[1,0.5]];portConstraint=eastwest;whiteSpace=wrap;html=1;" value="+ onGround: bool" vertex="1">
+           <mxGeometry height="26" width="160" y="36" as="geometry" />
+         </mxCell>
+         <mxCell id="uExNfSk_DLKdRobwG9vF-6" parent="-p3VDnziHRDrweU1n-GJ-17" style="text;strokeColor=none;fillColor=none;align=left;verticalAlign=top;spacingLeft=4;spacingRight=4;overflow=hidden;rotatable=0;points=[[0,0.5],[1,0.5]];portConstraint=eastwest;whiteSpace=wrap;html=1;" value="+ onLadder: bool" vertex="1">
+           <mxGeometry height="26" width="160" y="62" as="geometry" />
+         </mxCell>
+         <mxCell id="uExNfSk_DLKdRobwG9vF-7" parent="-p3VDnziHRDrweU1n-GJ-17" style="text;strokeColor=none;fillColor=none;align=left;verticalAlign=top;spacingLeft=4;spacingRight=4;overflow=hidden;rotatable=0;points=[[0,0.5],[1,0.5]];portConstraint=eastwest;whiteSpace=wrap;html=1;" value="+ inLadder: bool" vertex="1">
+           <mxGeometry height="26" width="160" y="88" as="geometry" />
        </mxCell>
        <mxCell id="-p3VDnziHRDrweU1n-GJ-19" parent="-p3VDnziHRDrweU1n-GJ-17" style="line;strokeWidth=1;fillColor=none;align=left;verticalAlign=middle;spacingTop=-1;spacingLeft=3;spacingRight=3;rotatable=0;labelPosition=right;points=[];portConstraint=eastwest;strokeColor=inherit;" value="" vertex="1">
-           <mxGeometry height="8" width="160" y="36" as="geometry" />
+           <mxGeometry height="8" width="160" y="114" as="geometry" />
        </mxCell>
        <mxCell id="LrW8IQkLO-DCff3QAoPS-1" parent="-p3VDnziHRDrweU1n-GJ-17" style="text;strokeColor=none;fillColor=none;align=left;verticalAlign=top;spacingLeft=4;spacingRight=4;overflow=hidden;rotatable=0;points=[[0,0.5],[1,0.5]];portConstraint=eastwest;whiteSpace=wrap;html=1;" value="+ Walk(type): type" vertex="1">
-           <mxGeometry height="26" width="160" y="44" as="geometry" />
+           <mxGeometry height="26" width="160" y="122" as="geometry" />
        </mxCell>
        <mxCell id="-p3VDnziHRDrweU1n-GJ-21" parent="1" style="swimlane;fontStyle=1;align=center;verticalAlign=top;childLayout=stackLayout;horizontal=1;startSize=36;horizontalStack=0;resizeParent=1;resizeParentMax=0;resizeLast=0;collapsible=1;marginBottom=0;whiteSpace=wrap;html=1;" value="&amp;lt;&amp;lt;Interface&amp;gt;&amp;gt;&lt;div&gt;IClimbable&lt;/div&gt;" vertex="1">
-           <mxGeometry height="70" width="160" x="-540" y="635" as="geometry" />
+           <mxGeometry height="122" width="160" x="-540" y="635" as="geometry" />
+         </mxCell>
+         <mxCell id="uExNfSk_DLKdRobwG9vF-8" parent="-p3VDnziHRDrweU1n-GJ-21" style="text;strokeColor=none;fillColor=none;align=left;verticalAlign=top;spacingLeft=4;spacingRight=4;overflow=hidden;rotatable=0;points=[[0,0.5],[1,0.5]];portConstraint=eastwest;whiteSpace=wrap;html=1;" value="+ onLadder: bool" vertex="1">
+           <mxGeometry height="26" width="160" y="36" as="geometry" />
+         </mxCell>
+         <mxCell id="uExNfSk_DLKdRobwG9vF-9" parent="-p3VDnziHRDrweU1n-GJ-21" style="text;strokeColor=none;fillColor=none;align=left;verticalAlign=top;spacingLeft=4;spacingRight=4;overflow=hidden;rotatable=0;points=[[0,0.5],[1,0.5]];portConstraint=eastwest;whiteSpace=wrap;html=1;" value="+ inLadder: bool" vertex="1">
+           <mxGeometry height="26" width="160" y="62" as="geometry" />
        </mxCell>
        <mxCell id="-p3VDnziHRDrweU1n-GJ-22" parent="-p3VDnziHRDrweU1n-GJ-21" style="line;strokeWidth=1;fillColor=none;align=left;verticalAlign=middle;spacingTop=-1;spacingLeft=3;spacingRight=3;rotatable=0;labelPosition=right;points=[];portConstraint=eastwest;strokeColor=inherit;" value="" vertex="1">
-           <mxGeometry height="8" width="160" y="36" as="geometry" />
+           <mxGeometry height="8" width="160" y="88" as="geometry" />
        </mxCell>
        <mxCell id="-p3VDnziHRDrweU1n-GJ-23" parent="-p3VDnziHRDrweU1n-GJ-21" style="text;strokeColor=none;fillColor=none;align=left;verticalAlign=top;spacingLeft=4;spacingRight=4;overflow=hidden;rotatable=0;points=[[0,0.5],[1,0.5]];portConstraint=eastwest;whiteSpace=wrap;html=1;" value="+ Climb(type): type" vertex="1">
-           <mxGeometry height="26" width="160" y="44" as="geometry" />
+           <mxGeometry height="26" width="160" y="96" as="geometry" />
        </mxCell>
        <mxCell id="-p3VDnziHRDrweU1n-GJ-24" parent="1" style="swimlane;fontStyle=1;align=center;verticalAlign=top;childLayout=stackLayout;horizontal=1;startSize=36;horizontalStack=0;resizeParent=1;resizeParentMax=0;resizeLast=0;collapsible=1;marginBottom=0;whiteSpace=wrap;html=1;" value="&amp;lt;&amp;lt;Interface&amp;gt;&amp;gt;&lt;div&gt;IJumpable&lt;/div&gt;" vertex="1">
-           <mxGeometry height="70" width="160" x="-350" y="635" as="geometry" />
+           <mxGeometry height="96" width="160" x="-350" y="635" as="geometry" />
+         </mxCell>
+         <mxCell id="uExNfSk_DLKdRobwG9vF-10" parent="-p3VDnziHRDrweU1n-GJ-24" style="text;strokeColor=none;fillColor=none;align=left;verticalAlign=top;spacingLeft=4;spacingRight=4;overflow=hidden;rotatable=0;points=[[0,0.5],[1,0.5]];portConstraint=eastwest;whiteSpace=wrap;html=1;" value="+ onGround: bool" vertex="1">
+           <mxGeometry height="26" width="160" y="36" as="geometry" />
        </mxCell>
        <mxCell id="-p3VDnziHRDrweU1n-GJ-25" parent="-p3VDnziHRDrweU1n-GJ-24" style="line;strokeWidth=1;fillColor=none;align=left;verticalAlign=middle;spacingTop=-1;spacingLeft=3;spacingRight=3;rotatable=0;labelPosition=right;points=[];portConstraint=eastwest;strokeColor=inherit;" value="" vertex="1">
-           <mxGeometry height="8" width="160" y="36" as="geometry" />
+           <mxGeometry height="8" width="160" y="62" as="geometry" />
        </mxCell>
        <mxCell id="-p3VDnziHRDrweU1n-GJ-26" parent="-p3VDnziHRDrweU1n-GJ-24" style="text;strokeColor=none;fillColor=none;align=left;verticalAlign=top;spacingLeft=4;spacingRight=4;overflow=hidden;rotatable=0;points=[[0,0.5],[1,0.5]];portConstraint=eastwest;whiteSpace=wrap;html=1;" value="+ Jump(type): type" vertex="1">
-           <mxGeometry height="26" width="160" y="44" as="geometry" />
+           <mxGeometry height="26" width="160" y="70" as="geometry" />
        </mxCell>
        <mxCell id="-p3VDnziHRDrweU1n-GJ-27" parent="1" style="swimlane;fontStyle=1;align=center;verticalAlign=top;childLayout=stackLayout;horizontal=1;startSize=36;horizontalStack=0;resizeParent=1;resizeParentMax=0;resizeLast=0;collapsible=1;marginBottom=0;whiteSpace=wrap;html=1;" value="&amp;lt;&amp;lt;Interface&amp;gt;&amp;gt;&lt;div&gt;IPushable&lt;/div&gt;" vertex="1">
-           <mxGeometry height="70" width="160" x="-160" y="635" as="geometry" />
+           <mxGeometry height="96" width="160" x="-160" y="635" as="geometry" />
+         </mxCell>
+         <mxCell id="uExNfSk_DLKdRobwG9vF-11" parent="-p3VDnziHRDrweU1n-GJ-27" style="text;strokeColor=none;fillColor=none;align=left;verticalAlign=top;spacingLeft=4;spacingRight=4;overflow=hidden;rotatable=0;points=[[0,0.5],[1,0.5]];portConstraint=eastwest;whiteSpace=wrap;html=1;" value="+ onGround: bool" vertex="1">
+           <mxGeometry height="26" width="160" y="36" as="geometry" />
        </mxCell>
        <mxCell id="-p3VDnziHRDrweU1n-GJ-28" parent="-p3VDnziHRDrweU1n-GJ-27" style="line;strokeWidth=1;fillColor=none;align=left;verticalAlign=middle;spacingTop=-1;spacingLeft=3;spacingRight=3;rotatable=0;labelPosition=right;points=[];portConstraint=eastwest;strokeColor=inherit;" value="" vertex="1">
-           <mxGeometry height="8" width="160" y="36" as="geometry" />
+           <mxGeometry height="8" width="160" y="62" as="geometry" />
        </mxCell>
        <mxCell id="-p3VDnziHRDrweU1n-GJ-29" parent="-p3VDnziHRDrweU1n-GJ-27" style="text;strokeColor=none;fillColor=none;align=left;verticalAlign=top;spacingLeft=4;spacingRight=4;overflow=hidden;rotatable=0;points=[[0,0.5],[1,0.5]];portConstraint=eastwest;whiteSpace=wrap;html=1;" value="+ Push(type): type" vertex="1">
-           <mxGeometry height="26" width="160" y="44" as="geometry" />
+           <mxGeometry height="26" width="160" y="70" as="geometry" />
        </mxCell>
        <mxCell id="-p3VDnziHRDrweU1n-GJ-39" parent="1" style="swimlane;fontStyle=1;align=center;verticalAlign=top;childLayout=stackLayout;horizontal=1;startSize=26;horizontalStack=0;resizeParent=1;resizeParentMax=0;resizeLast=0;collapsible=1;marginBottom=0;whiteSpace=wrap;html=1;" value="PushState" vertex="1">
          <mxGeometry height="164" width="180" x="610" y="820" as="geometry">
            <mxRectangle height="30" width="90" x="412.5" y="163" as="alternateBounds" />
          </mxGeometry>
        </mxCell>
        <mxCell id="-p3VDnziHRDrweU1n-GJ-40" parent="-p3VDnziHRDrweU1n-GJ-39" style="text;strokeColor=none;fillColor=none;align=left;verticalAlign=top;spacingLeft=4;spacingRight=4;overflow=hidden;rotatable=0;points=[[0,0.5],[1,0.5]];portConstraint=eastwest;whiteSpace=wrap;html=1;" value="- character: ICharacter" vertex="1">
          <mxGeometry height="26" width="180" y="26" as="geometry" />
        </mxCell>
        <mxCell id="-p3VDnziHRDrweU1n-GJ-41" parent="-p3VDnziHRDrweU1n-GJ-39" style="line;strokeWidth=1;fillColor=none;align=left;verticalAlign=middle;spacingTop=-1;spacingLeft=3;spacingRight=3;rotatable=0;labelPosition=right;points=[];portConstraint=eastwest;strokeColor=inherit;" value="" vertex="1">
          <mxGeometry height="8" width="180" y="52" as="geometry" />
        </mxCell>
        <mxCell id="-p3VDnziHRDrweU1n-GJ-42" parent="-p3VDnziHRDrweU1n-GJ-39" style="text;strokeColor=none;fillColor=none;align=left;verticalAlign=top;spacingLeft=4;spacingRight=4;overflow=hidden;rotatable=0;points=[[0,0.5],[1,0.5]];portConstraint=eastwest;whiteSpace=wrap;html=1;" value="+ PushState(PlayerController)" vertex="1">
          <mxGeometry height="26" width="180" y="60" as="geometry" />
        </mxCell>
        <mxCell id="-p3VDnziHRDrweU1n-GJ-43" parent="-p3VDnziHRDrweU1n-GJ-39" style="text;strokeColor=none;fillColor=none;align=left;verticalAlign=top;spacingLeft=4;spacingRight=4;overflow=hidden;rotatable=0;points=[[0,0.5],[1,0.5]];portConstraint=eastwest;whiteSpace=wrap;html=1;" value="+ Enter(): void" vertex="1">
          <mxGeometry height="26" width="180" y="86" as="geometry" />
        </mxCell>
        <mxCell id="-p3VDnziHRDrweU1n-GJ-44" parent="-p3VDnziHRDrweU1n-GJ-39" style="text;strokeColor=none;fillColor=none;align=left;verticalAlign=top;spacingLeft=4;spacingRight=4;overflow=hidden;rotatable=0;points=[[0,0.5],[1,0.5]];portConstraint=eastwest;whiteSpace=wrap;html=1;" value="+ Update(): void" vertex="1">
          <mxGeometry height="26" width="180" y="112" as="geometry" />
        </mxCell>
        <mxCell id="-p3VDnziHRDrweU1n-GJ-45" parent="-p3VDnziHRDrweU1n-GJ-39" style="text;strokeColor=none;fillColor=none;align=left;verticalAlign=top;spacingLeft=4;spacingRight=4;overflow=hidden;rotatable=0;points=[[0,0.5],[1,0.5]];portConstraint=eastwest;whiteSpace=wrap;html=1;" value="+ Exit(): void" vertex="1">
          <mxGeometry height="26" width="180" y="138" as="geometry" />
        </mxCell>
        <mxCell id="-p3VDnziHRDrweU1n-GJ-53" parent="1" style="swimlane;fontStyle=1;align=center;verticalAlign=top;childLayout=stackLayout;horizontal=1;startSize=36;horizontalStack=0;resizeParent=1;resizeParentMax=0;resizeLast=0;collapsible=1;marginBottom=0;whiteSpace=wrap;html=1;" value="&amp;lt;&amp;lt;Interface&amp;gt;&amp;gt;&lt;div&gt;IFlyable&lt;/div&gt;" vertex="1">
          <mxGeometry height="70" width="160" x="30" y="635" as="geometry" />
        </mxCell>
        <mxCell id="-p3VDnziHRDrweU1n-GJ-54" parent="-p3VDnziHRDrweU1n-GJ-53" style="line;strokeWidth=1;fillColor=none;align=left;verticalAlign=middle;spacingTop=-1;spacingLeft=3;spacingRight=3;rotatable=0;labelPosition=right;points=[];portConstraint=eastwest;strokeColor=inherit;" value="" vertex="1">
          <mxGeometry height="8" width="160" y="36" as="geometry" />
        </mxCell>
        <mxCell id="-p3VDnziHRDrweU1n-GJ-55" parent="-p3VDnziHRDrweU1n-GJ-53" style="text;strokeColor=none;fillColor=none;align=left;verticalAlign=top;spacingLeft=4;spacingRight=4;overflow=hidden;rotatable=0;points=[[0,0.5],[1,0.5]];portConstraint=eastwest;whiteSpace=wrap;html=1;" value="+ Fly(type): type" vertex="1">
          <mxGeometry height="26" width="160" y="44" as="geometry" />
        </mxCell>
        <mxCell id="kJf02BDbkIntqV-PaVr9-12" parent="1" style="swimlane;fontStyle=1;align=center;verticalAlign=top;childLayout=stackLayout;horizontal=1;startSize=26;horizontalStack=0;resizeParent=1;resizeParentMax=0;resizeLast=0;collapsible=1;marginBottom=0;whiteSpace=wrap;html=1;" value="JumpState" vertex="1">
          <mxGeometry height="164" width="180" x="920" y="630" as="geometry">
            <mxRectangle height="30" width="90" x="-60" y="190" as="alternateBounds" />
          </mxGeometry>
        </mxCell>
        <mxCell id="kJf02BDbkIntqV-PaVr9-13" parent="kJf02BDbkIntqV-PaVr9-12" style="text;strokeColor=none;fillColor=none;align=left;verticalAlign=top;spacingLeft=4;spacingRight=4;overflow=hidden;rotatable=0;points=[[0,0.5],[1,0.5]];portConstraint=eastwest;whiteSpace=wrap;html=1;" value="- character: ICharacter" vertex="1">
          <mxGeometry height="26" width="180" y="26" as="geometry" />
        </mxCell>
        <mxCell id="kJf02BDbkIntqV-PaVr9-14" parent="kJf02BDbkIntqV-PaVr9-12" style="line;strokeWidth=1;fillColor=none;align=left;verticalAlign=middle;spacingTop=-1;spacingLeft=3;spacingRight=3;rotatable=0;labelPosition=right;points=[];portConstraint=eastwest;strokeColor=inherit;" value="" vertex="1">
          <mxGeometry height="8" width="180" y="52" as="geometry" />
        </mxCell>
        <mxCell id="kJf02BDbkIntqV-PaVr9-15" parent="kJf02BDbkIntqV-PaVr9-12" style="text;strokeColor=none;fillColor=none;align=left;verticalAlign=top;spacingLeft=4;spacingRight=4;overflow=hidden;rotatable=0;points=[[0,0.5],[1,0.5]];portConstraint=eastwest;whiteSpace=wrap;html=1;" value="+ JumpState(PlayerController)" vertex="1">
          <mxGeometry height="26" width="180" y="60" as="geometry" />
        </mxCell>
        <mxCell id="kJf02BDbkIntqV-PaVr9-16" parent="kJf02BDbkIntqV-PaVr9-12" style="text;strokeColor=none;fillColor=none;align=left;verticalAlign=top;spacingLeft=4;spacingRight=4;overflow=hidden;rotatable=0;points=[[0,0.5],[1,0.5]];portConstraint=eastwest;whiteSpace=wrap;html=1;" value="+ Enter(): void" vertex="1">
          <mxGeometry height="26" width="180" y="86" as="geometry" />
        </mxCell>
        <mxCell id="kJf02BDbkIntqV-PaVr9-17" parent="kJf02BDbkIntqV-PaVr9-12" style="text;strokeColor=none;fillColor=none;align=left;verticalAlign=top;spacingLeft=4;spacingRight=4;overflow=hidden;rotatable=0;points=[[0,0.5],[1,0.5]];portConstraint=eastwest;whiteSpace=wrap;html=1;" value="+ Update(): void" vertex="1">
          <mxGeometry height="26" width="180" y="112" as="geometry" />
        </mxCell>
        <mxCell id="kJf02BDbkIntqV-PaVr9-18" parent="kJf02BDbkIntqV-PaVr9-12" style="text;strokeColor=none;fillColor=none;align=left;verticalAlign=top;spacingLeft=4;spacingRight=4;overflow=hidden;rotatable=0;points=[[0,0.5],[1,0.5]];portConstraint=eastwest;whiteSpace=wrap;html=1;" value="+ Exit(): void" vertex="1">
          <mxGeometry height="26" width="180" y="138" as="geometry" />
        </mxCell>
        <mxCell id="kJf02BDbkIntqV-PaVr9-19" parent="1" style="swimlane;fontStyle=1;align=center;verticalAlign=top;childLayout=stackLayout;horizontal=1;startSize=26;horizontalStack=0;resizeParent=1;resizeParentMax=0;resizeLast=0;collapsible=1;marginBottom=0;whiteSpace=wrap;html=1;" value="FallState" vertex="1">
          <mxGeometry height="164" width="180" x="1120" y="630" as="geometry">
            <mxRectangle height="30" width="90" x="-60" y="190" as="alternateBounds" />
          </mxGeometry>
        </mxCell>
        <mxCell id="kJf02BDbkIntqV-PaVr9-20" parent="kJf02BDbkIntqV-PaVr9-19" style="text;strokeColor=none;fillColor=none;align=left;verticalAlign=top;spacingLeft=4;spacingRight=4;overflow=hidden;rotatable=0;points=[[0,0.5],[1,0.5]];portConstraint=eastwest;whiteSpace=wrap;html=1;" value="- character: ICharacter" vertex="1">
          <mxGeometry height="26" width="180" y="26" as="geometry" />
        </mxCell>
        <mxCell id="kJf02BDbkIntqV-PaVr9-21" parent="kJf02BDbkIntqV-PaVr9-19" style="line;strokeWidth=1;fillColor=none;align=left;verticalAlign=middle;spacingTop=-1;spacingLeft=3;spacingRight=3;rotatable=0;labelPosition=right;points=[];portConstraint=eastwest;strokeColor=inherit;" value="" vertex="1">
          <mxGeometry height="8" width="180" y="52" as="geometry" />
        </mxCell>
        <mxCell id="kJf02BDbkIntqV-PaVr9-22" parent="kJf02BDbkIntqV-PaVr9-19" style="text;strokeColor=none;fillColor=none;align=left;verticalAlign=top;spacingLeft=4;spacingRight=4;overflow=hidden;rotatable=0;points=[[0,0.5],[1,0.5]];portConstraint=eastwest;whiteSpace=wrap;html=1;" value="+ FallState(PlayerController)" vertex="1">
          <mxGeometry height="26" width="180" y="60" as="geometry" />
        </mxCell>
        <mxCell id="kJf02BDbkIntqV-PaVr9-23" parent="kJf02BDbkIntqV-PaVr9-19" style="text;strokeColor=none;fillColor=none;align=left;verticalAlign=top;spacingLeft=4;spacingRight=4;overflow=hidden;rotatable=0;points=[[0,0.5],[1,0.5]];portConstraint=eastwest;whiteSpace=wrap;html=1;" value="+ Enter(): void" vertex="1">
          <mxGeometry height="26" width="180" y="86" as="geometry" />
        </mxCell>
        <mxCell id="kJf02BDbkIntqV-PaVr9-24" parent="kJf02BDbkIntqV-PaVr9-19" style="text;strokeColor=none;fillColor=none;align=left;verticalAlign=top;spacingLeft=4;spacingRight=4;overflow=hidden;rotatable=0;points=[[0,0.5],[1,0.5]];portConstraint=eastwest;whiteSpace=wrap;html=1;" value="+ Update(): void" vertex="1">
          <mxGeometry height="26" width="180" y="112" as="geometry" />
        </mxCell>
        <mxCell id="kJf02BDbkIntqV-PaVr9-25" parent="kJf02BDbkIntqV-PaVr9-19" style="text;strokeColor=none;fillColor=none;align=left;verticalAlign=top;spacingLeft=4;spacingRight=4;overflow=hidden;rotatable=0;points=[[0,0.5],[1,0.5]];portConstraint=eastwest;whiteSpace=wrap;html=1;" value="+ Exit(): void" vertex="1">
          <mxGeometry height="26" width="180" y="138" as="geometry" />
        </mxCell>
        <mxCell id="kJf02BDbkIntqV-PaVr9-26" parent="1" style="swimlane;fontStyle=1;align=center;verticalAlign=top;childLayout=stackLayout;horizontal=1;startSize=26;horizontalStack=0;resizeParent=1;resizeParentMax=0;resizeLast=0;collapsible=1;marginBottom=0;whiteSpace=wrap;html=1;" value="GoalState" vertex="1">
          <mxGeometry height="164" width="180" x="840" y="820" as="geometry">
            <mxRectangle height="30" width="90" x="412.5" y="163" as="alternateBounds" />
          </mxGeometry>
        </mxCell>
        <mxCell id="kJf02BDbkIntqV-PaVr9-27" parent="kJf02BDbkIntqV-PaVr9-26" style="text;strokeColor=none;fillColor=none;align=left;verticalAlign=top;spacingLeft=4;spacingRight=4;overflow=hidden;rotatable=0;points=[[0,0.5],[1,0.5]];portConstraint=eastwest;whiteSpace=wrap;html=1;" value="- character: ICharacter" vertex="1">
          <mxGeometry height="26" width="180" y="26" as="geometry" />
        </mxCell>
        <mxCell id="kJf02BDbkIntqV-PaVr9-28" parent="kJf02BDbkIntqV-PaVr9-26" style="line;strokeWidth=1;fillColor=none;align=left;verticalAlign=middle;spacingTop=-1;spacingLeft=3;spacingRight=3;rotatable=0;labelPosition=right;points=[];portConstraint=eastwest;strokeColor=inherit;" value="" vertex="1">
          <mxGeometry height="8" width="180" y="52" as="geometry" />
        </mxCell>
        <mxCell id="kJf02BDbkIntqV-PaVr9-29" parent="kJf02BDbkIntqV-PaVr9-26" style="text;strokeColor=none;fillColor=none;align=left;verticalAlign=top;spacingLeft=4;spacingRight=4;overflow=hidden;rotatable=0;points=[[0,0.5],[1,0.5]];portConstraint=eastwest;whiteSpace=wrap;html=1;" value="+ GlaoState(PlayerController)" vertex="1">
          <mxGeometry height="26" width="180" y="60" as="geometry" />
        </mxCell>
        <mxCell id="kJf02BDbkIntqV-PaVr9-30" parent="kJf02BDbkIntqV-PaVr9-26" style="text;strokeColor=none;fillColor=none;align=left;verticalAlign=top;spacingLeft=4;spacingRight=4;overflow=hidden;rotatable=0;points=[[0,0.5],[1,0.5]];portConstraint=eastwest;whiteSpace=wrap;html=1;" value="+ Enter(): void" vertex="1">
          <mxGeometry height="26" width="180" y="86" as="geometry" />
        </mxCell>
        <mxCell id="kJf02BDbkIntqV-PaVr9-31" parent="kJf02BDbkIntqV-PaVr9-26" style="text;strokeColor=none;fillColor=none;align=left;verticalAlign=top;spacingLeft=4;spacingRight=4;overflow=hidden;rotatable=0;points=[[0,0.5],[1,0.5]];portConstraint=eastwest;whiteSpace=wrap;html=1;" value="+ Update(): void" vertex="1">
          <mxGeometry height="26" width="180" y="112" as="geometry" />
        </mxCell>
        <mxCell id="kJf02BDbkIntqV-PaVr9-32" parent="kJf02BDbkIntqV-PaVr9-26" style="text;strokeColor=none;fillColor=none;align=left;verticalAlign=top;spacingLeft=4;spacingRight=4;overflow=hidden;rotatable=0;points=[[0,0.5],[1,0.5]];portConstraint=eastwest;whiteSpace=wrap;html=1;" value="+ Exit(): void" vertex="1">
          <mxGeometry height="26" width="180" y="138" as="geometry" />
        </mxCell>
        <mxCell id="kJf02BDbkIntqV-PaVr9-33" parent="1" style="swimlane;fontStyle=1;align=center;verticalAlign=top;childLayout=stackLayout;horizontal=1;startSize=26;horizontalStack=0;resizeParent=1;resizeParentMax=0;resizeLast=0;collapsible=1;marginBottom=0;whiteSpace=wrap;html=1;" value="MissState" vertex="1">
          <mxGeometry height="164" width="180" x="1060" y="820" as="geometry">
            <mxRectangle height="30" width="90" x="412.5" y="163" as="alternateBounds" />
          </mxGeometry>
        </mxCell>
        <mxCell id="kJf02BDbkIntqV-PaVr9-34" parent="kJf02BDbkIntqV-PaVr9-33" style="text;strokeColor=none;fillColor=none;align=left;verticalAlign=top;spacingLeft=4;spacingRight=4;overflow=hidden;rotatable=0;points=[[0,0.5],[1,0.5]];portConstraint=eastwest;whiteSpace=wrap;html=1;" value="- character: ICharacter" vertex="1">
          <mxGeometry height="26" width="180" y="26" as="geometry" />
        </mxCell>
        <mxCell id="kJf02BDbkIntqV-PaVr9-35" parent="kJf02BDbkIntqV-PaVr9-33" style="line;strokeWidth=1;fillColor=none;align=left;verticalAlign=middle;spacingTop=-1;spacingLeft=3;spacingRight=3;rotatable=0;labelPosition=right;points=[];portConstraint=eastwest;strokeColor=inherit;" value="" vertex="1">
          <mxGeometry height="8" width="180" y="52" as="geometry" />
        </mxCell>
        <mxCell id="kJf02BDbkIntqV-PaVr9-36" parent="kJf02BDbkIntqV-PaVr9-33" style="text;strokeColor=none;fillColor=none;align=left;verticalAlign=top;spacingLeft=4;spacingRight=4;overflow=hidden;rotatable=0;points=[[0,0.5],[1,0.5]];portConstraint=eastwest;whiteSpace=wrap;html=1;" value="+ GlaoState(PlayerController)" vertex="1">
          <mxGeometry height="26" width="180" y="60" as="geometry" />
        </mxCell>
        <mxCell id="kJf02BDbkIntqV-PaVr9-37" parent="kJf02BDbkIntqV-PaVr9-33" style="text;strokeColor=none;fillColor=none;align=left;verticalAlign=top;spacingLeft=4;spacingRight=4;overflow=hidden;rotatable=0;points=[[0,0.5],[1,0.5]];portConstraint=eastwest;whiteSpace=wrap;html=1;" value="+ Enter(): void" vertex="1">
          <mxGeometry height="26" width="180" y="86" as="geometry" />
        </mxCell>
        <mxCell id="kJf02BDbkIntqV-PaVr9-38" parent="kJf02BDbkIntqV-PaVr9-33" style="text;strokeColor=none;fillColor=none;align=left;verticalAlign=top;spacingLeft=4;spacingRight=4;overflow=hidden;rotatable=0;points=[[0,0.5],[1,0.5]];portConstraint=eastwest;whiteSpace=wrap;html=1;" value="+ Update(): void" vertex="1">
          <mxGeometry height="26" width="180" y="112" as="geometry" />
        </mxCell>
        <mxCell id="kJf02BDbkIntqV-PaVr9-39" parent="kJf02BDbkIntqV-PaVr9-33" style="text;strokeColor=none;fillColor=none;align=left;verticalAlign=top;spacingLeft=4;spacingRight=4;overflow=hidden;rotatable=0;points=[[0,0.5],[1,0.5]];portConstraint=eastwest;whiteSpace=wrap;html=1;" value="+ Exit(): void" vertex="1">
          <mxGeometry height="26" width="180" y="138" as="geometry" />
+         </mxCell>
+         <mxCell id="uExNfSk_DLKdRobwG9vF-1" edge="1" parent="1" source="L5NkyoWU7cnRC-8idZzs-13" style="edgeStyle=orthogonalEdgeStyle;rounded=0;orthogonalLoop=1;jettySize=auto;html=1;exitX=0.5;exitY=0;exitDx=0;exitDy=0;entryX=0.531;entryY=1;entryDx=0;entryDy=0;entryPerimeter=0;endArrow=block;endFill=0;dashed=1;" target="LrW8IQkLO-DCff3QAoPS-1">
+           <mxGeometry relative="1" as="geometry" />
+         </mxCell>
+         <mxCell id="uExNfSk_DLKdRobwG9vF-2" edge="1" parent="1" source="L5NkyoWU7cnRC-8idZzs-13" style="edgeStyle=orthogonalEdgeStyle;rounded=0;orthogonalLoop=1;jettySize=auto;html=1;exitX=0.5;exitY=0;exitDx=0;exitDy=0;endArrow=block;endFill=0;dashed=1;" target="-p3VDnziHRDrweU1n-GJ-21">
+           <mxGeometry relative="1" as="geometry">
+             <mxPoint x="480" y="1055" as="sourcePoint" />
+             <mxPoint x="80" y="870" as="targetPoint" />
+           </mxGeometry>
+         </mxCell>
+         <mxCell id="uExNfSk_DLKdRobwG9vF-3" edge="1" parent="1" source="L5NkyoWU7cnRC-8idZzs-13" style="edgeStyle=orthogonalEdgeStyle;rounded=0;orthogonalLoop=1;jettySize=auto;html=1;endArrow=block;endFill=0;dashed=1;" target="-p3VDnziHRDrweU1n-GJ-24">
+           <mxGeometry relative="1" as="geometry">
+             <mxPoint x="135" y="1015" as="sourcePoint" />
+             <mxPoint x="-80" y="830" as="targetPoint" />
+           </mxGeometry>
+         </mxCell>
+         <mxCell id="uExNfSk_DLKdRobwG9vF-4" edge="1" parent="1" source="L5NkyoWU7cnRC-8idZzs-13" style="edgeStyle=orthogonalEdgeStyle;rounded=0;orthogonalLoop=1;jettySize=auto;html=1;endArrow=block;endFill=0;dashed=1;" target="-p3VDnziHRDrweU1n-GJ-27">
+           <mxGeometry relative="1" as="geometry">
+             <mxPoint x="175" y="1015" as="sourcePoint" />
+             <mxPoint x="-40" y="830" as="targetPoint" />
+           </mxGeometry>
        </mxCell>
      </root>
    </mxGraphModel>
  </diagram>
</mxfile>
